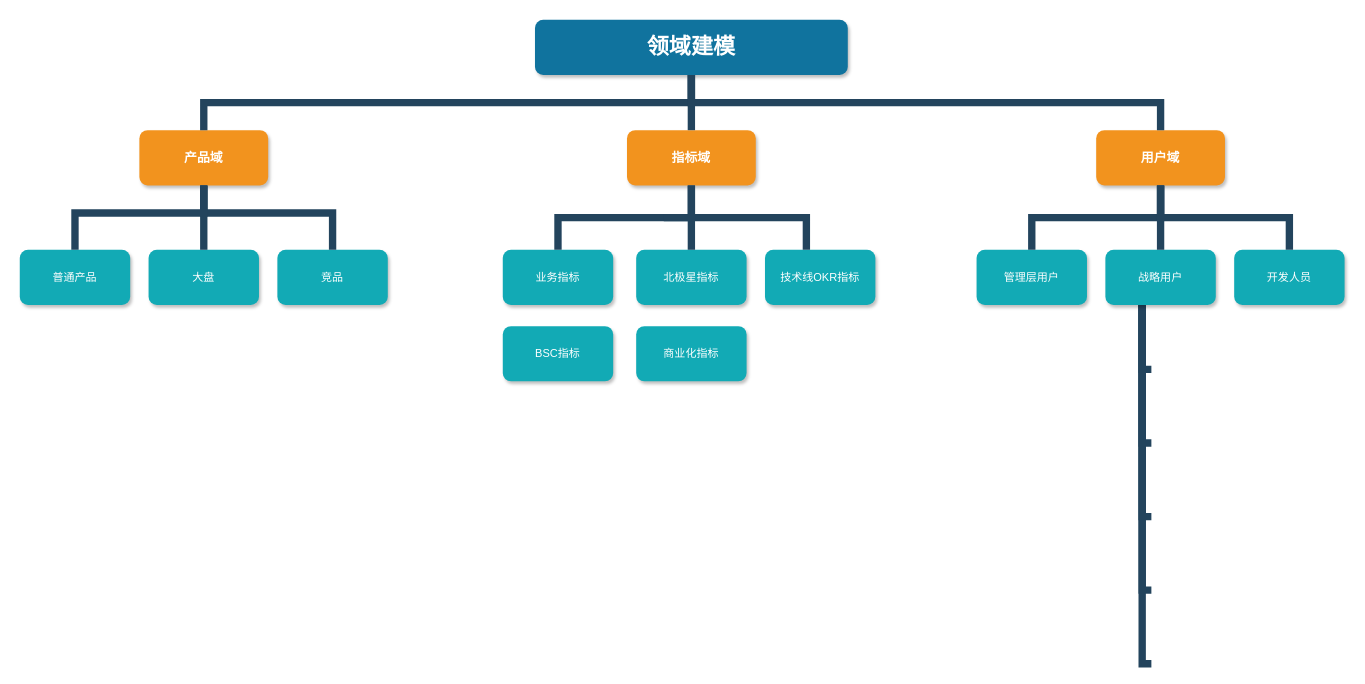
Before: Untitled Diagram2.drawio in yzxie/work-tools, a draw.io diagram. Source tidied: cells renumbered, new cells numbered last; positions are measured from the earlier drawing's top-left corner, leaving out a move shared by most shapes. Both pictures are drawn from the tidied source at 92%, with x=0, y=0 at pixel (19, 19).
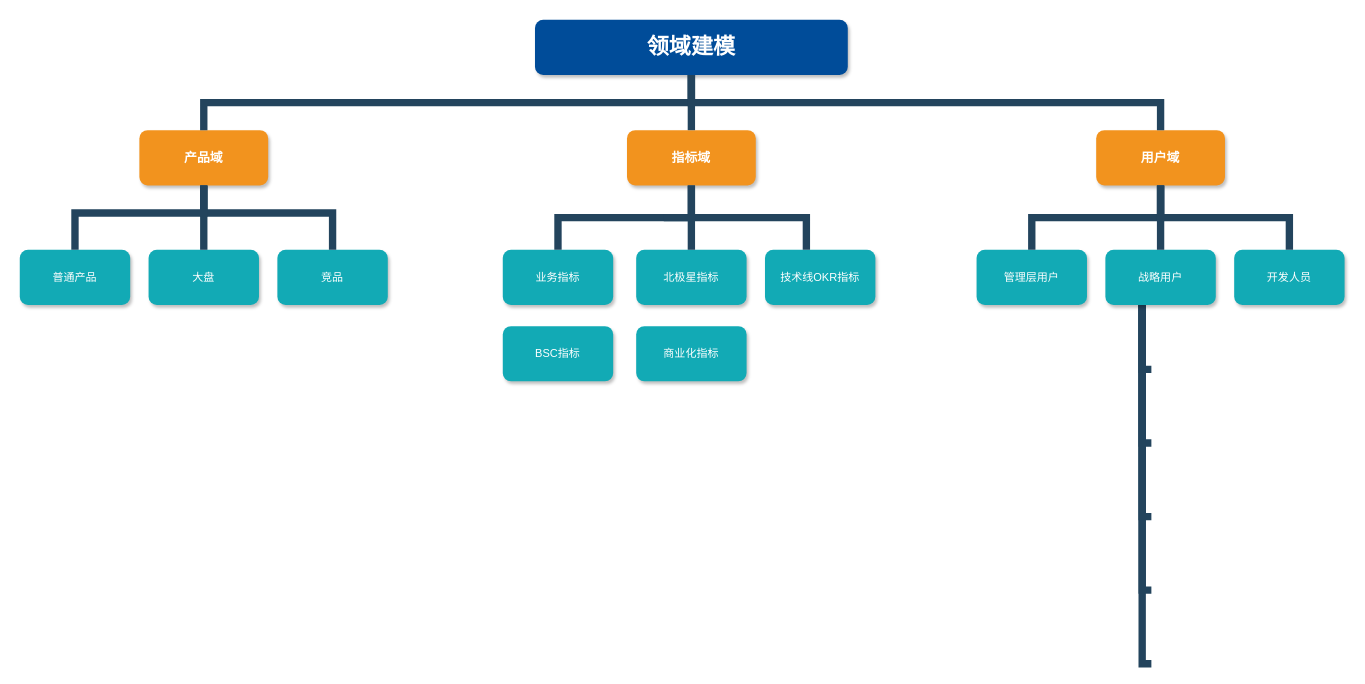
After the change.

Diff of the diagram source:
```diff
@@
-    <mxCell id="2" value="领域建模" style="whiteSpace=wrap;rounded=1;shadow=1;fillColor=#10739E;strokeColor=none;fontColor=#FFFFFF;fontStyle=1;fontSize=24;" parent="1" vertex="1">
+    <mxCell id="2" value="领域建模" style="whiteSpace=wrap;rounded=1;shadow=1;strokeColor=none;fontColor=#FFFFFF;fontStyle=1;fontSize=24;fillColor=#004C99;" parent="1" vertex="1">
       <mxGeometry x="560" width="340" height="60" as="geometry" />
     </mxCell>
```
